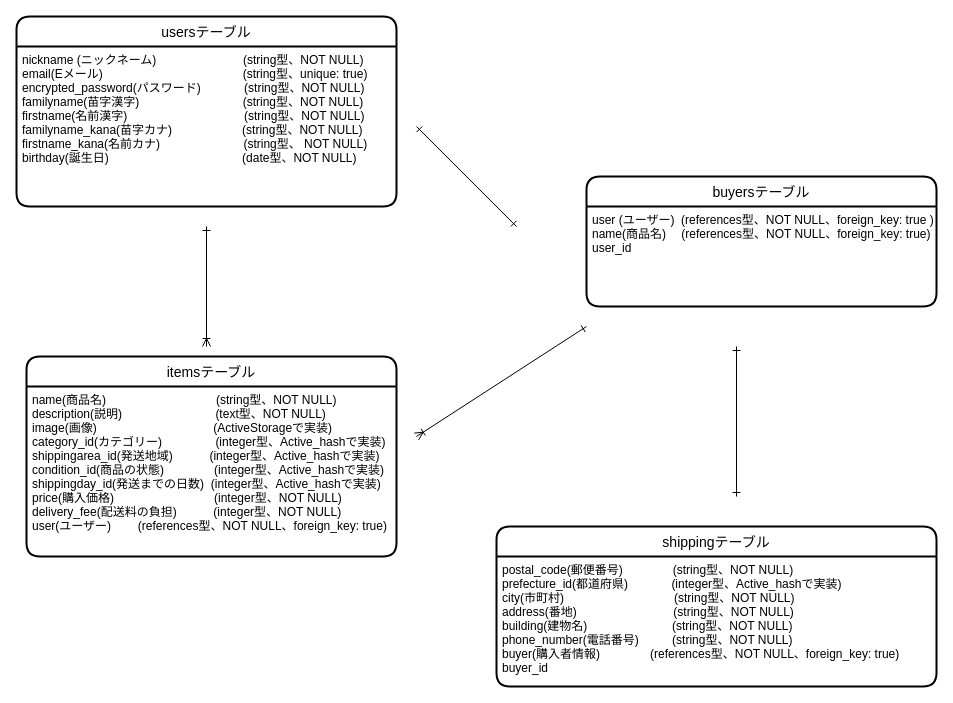
Above: furima-34505.dio in shuuuyan/furima-34505 (draw.io), before the change. Source tidied: cells renumbered, new cells numbered last; positions are measured from the earlier drawing's top-left corner, leaving out a move shared by most shapes. Both pictures are drawn from the tidied source at 100%, with x=0, y=0 at pixel (16, 16).
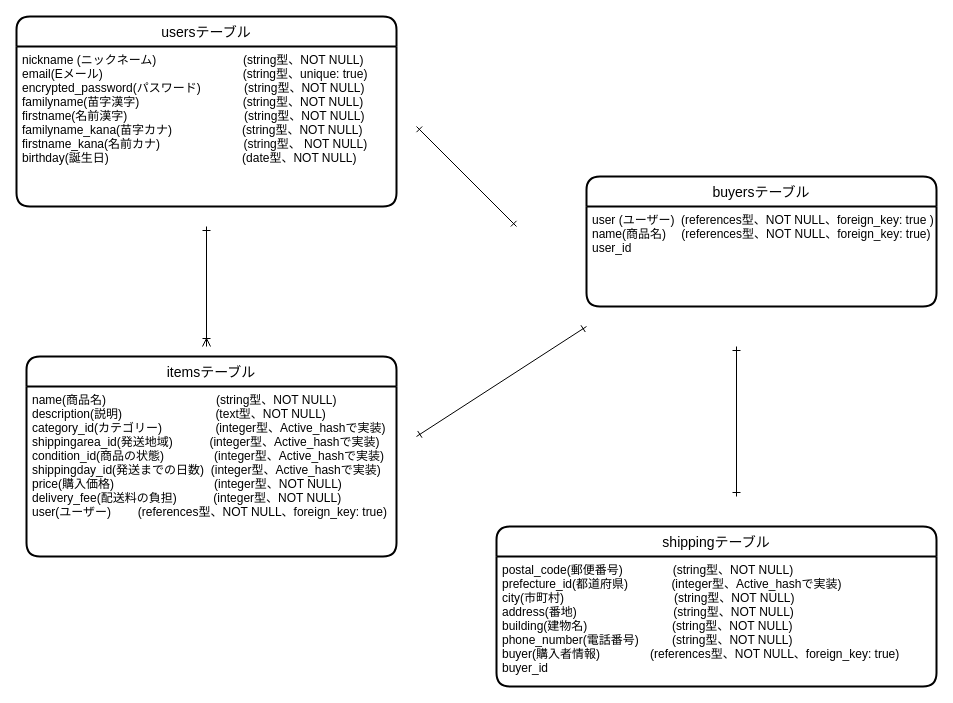
Above is the later version.

Commit message (it also covers changes not shown here):
データベース設計修正後6

Diff of the diagram source:
```diff
@@
 <mxGraphModel>
   <root>
     <mxCell id="0" />
     <mxCell id="1" parent="0" />
     <mxCell id="2" value="usersテーブル" style="swimlane;horizontal=1;startSize=30;rounded=1;fontSize=14;fontStyle=0;strokeWidth=2;shadow=0;dashed=0;align=center;" parent="1" vertex="1">
       <mxGeometry width="380" height="190" as="geometry" />
     </mxCell>
     <mxCell id="3" value="nickname (ニックネーム)                          (string型、NOT NULL)&#10;email(Eメール)                                          (string型、unique: true)&#10;encrypted_password(パスワード)             (string型、NOT NULL)&#10;familyname(苗字漢字)                               (string型、NOT NULL)&#10;firstname(名前漢字)                                   (string型、NOT NULL)&#10;familyname_kana(苗字カナ)                     (string型、NOT NULL)&#10;firstname_kana(名前カナ)                         (string型、 NOT NULL)&#10;birthday(誕生日)                                        (date型、NOT NULL)&#10;" style="align=left;strokeColor=none;fillColor=none;spacingLeft=4;fontSize=12;verticalAlign=top;" parent="2" vertex="1">
       <mxGeometry y="30" width="380" height="160" as="geometry" />
     </mxCell>
     <mxCell id="4" value="itemsテーブル" style="swimlane;horizontal=1;startSize=30;rounded=1;fontSize=14;fontStyle=0;strokeWidth=2;shadow=0;dashed=0;align=center;" parent="1" vertex="1">
       <mxGeometry x="10" y="340" width="370" height="200" as="geometry" />
     </mxCell>
-    <mxCell id="5" value="name(商品名)                                 (string型、NOT NULL)&#10;description(説明)                            (text型、NOT NULL)&#10;image(画像)                                   (ActiveStorageで実装) &#10;category_id(カテゴリー)                (integer型、Active_hashで実装)&#10;shippingarea_id(発送地域)           (integer型、Active_hashで実装)&#10;condition_id(商品の状態)               (integer型、Active_hashで実装)&#10;shippingday_id(発送までの日数)  (integer型、Active_hashで実装)&#10;price(購入価格)                              (integer型、NOT NULL)&#10;delivery_fee(配送料の負担)           (integer型、NOT NULL)&#10;user(ユーザー)        (references型、NOT NULL、foreign_key: true)&#10;" style="align=left;strokeColor=none;fillColor=none;spacingLeft=4;fontSize=12;verticalAlign=top;" parent="4" vertex="1">
+    <mxCell id="5" value="name(商品名)                                 (string型、NOT NULL)&#10;description(説明)                            (text型、NOT NULL) &#10;category_id(カテゴリー)                (integer型、Active_hashで実装)&#10;shippingarea_id(発送地域)           (integer型、Active_hashで実装)&#10;condition_id(商品の状態)               (integer型、Active_hashで実装)&#10;shippingday_id(発送までの日数)  (integer型、Active_hashで実装)&#10;price(購入価格)                              (integer型、NOT NULL)&#10;delivery_fee(配送料の負担)           (integer型、NOT NULL)&#10;user(ユーザー)        (references型、NOT NULL、foreign_key: true)&#10;" style="align=left;strokeColor=none;fillColor=none;spacingLeft=4;fontSize=12;verticalAlign=top;" parent="4" vertex="1">
       <mxGeometry y="30" width="370" height="170" as="geometry" />
     </mxCell>
     <mxCell id="6" value="shippingテーブル" style="swimlane;horizontal=1;startSize=30;rounded=1;fontSize=14;fontStyle=0;strokeWidth=2;shadow=0;dashed=0;align=center;" parent="1" vertex="1">
       <mxGeometry x="480" y="510" width="440" height="160" as="geometry" />
     </mxCell>
     <mxCell id="7" value="postal_code(郵便番号)               (string型、NOT NULL)&#10;prefecture_id(都道府県)             (integer型、Active_hashで実装)&#10;city(市町村)                                 (string型、NOT NULL)&#10;address(番地)                             (string型、NOT NULL)&#10;building(建物名)          　　　　 (string型、NOT NULL)&#10;phone_number(電話番号)          (string型、NOT NULL)&#10;buyer(購入者情報)               (references型、NOT NULL、foreign_key: true)&#10;buyer_id&#10;" style="align=left;strokeColor=none;fillColor=none;spacingLeft=4;fontSize=12;verticalAlign=top;" parent="6" vertex="1">
       <mxGeometry y="30" width="440" height="130" as="geometry" />
     </mxCell>
     <mxCell id="8" style="edgeStyle=none;rounded=0;orthogonalLoop=1;jettySize=auto;html=1;startArrow=ERone;startFill=0;endArrow=ERone;endFill=0;" parent="1" edge="1">
       <mxGeometry relative="1" as="geometry">
         <mxPoint x="720" y="330" as="sourcePoint" />
         <mxPoint x="720" y="480" as="targetPoint" />
       </mxGeometry>
     </mxCell>
     <mxCell id="9" value="buyersテーブル" style="swimlane;horizontal=1;startSize=30;rounded=1;fontSize=14;fontStyle=0;strokeWidth=2;shadow=0;dashed=0;align=center;" parent="1" vertex="1">
       <mxGeometry x="570" y="160" width="350" height="130" as="geometry" />
     </mxCell>
     <mxCell id="10" value="user (ユーザー)  (references型、NOT NULL、foreign_key: true )&#10;name(商品名)　 (references型、NOT NULL、foreign_key: true)&#10;user_id&#10;" style="align=left;strokeColor=none;fillColor=none;spacingLeft=4;fontSize=12;verticalAlign=top;" parent="9" vertex="1">
       <mxGeometry y="30" width="350" height="100" as="geometry" />
     </mxCell>
     <mxCell id="11" style="edgeStyle=orthogonalEdgeStyle;rounded=0;orthogonalLoop=1;jettySize=auto;html=1;endArrow=ERoneToMany;endFill=0;startArrow=ERone;startFill=0;" parent="1" edge="1">
       <mxGeometry relative="1" as="geometry">
         <mxPoint x="190" y="210" as="sourcePoint" />
         <mxPoint x="190" y="330" as="targetPoint" />
       </mxGeometry>
     </mxCell>
-    <mxCell id="12" style="edgeStyle=none;rounded=0;orthogonalLoop=1;jettySize=auto;html=1;startArrow=ERoneToMany;startFill=0;endArrow=ERone;endFill=0;" parent="1" edge="1">
+    <mxCell id="12" style="edgeStyle=none;rounded=0;orthogonalLoop=1;jettySize=auto;html=1;startArrow=ERone;startFill=0;endArrow=ERone;endFill=0;" parent="1" edge="1">
       <mxGeometry relative="1" as="geometry">
         <mxPoint x="400" y="420" as="sourcePoint" />
         <mxPoint x="570" y="310" as="targetPoint" />
       </mxGeometry>
     </mxCell>
     <mxCell id="13" style="rounded=0;orthogonalLoop=1;jettySize=auto;html=1;startArrow=ERone;startFill=0;endArrow=ERone;endFill=0;" parent="1" edge="1">
       <mxGeometry relative="1" as="geometry">
         <mxPoint x="500" y="210" as="sourcePoint" />
         <mxPoint x="400" y="110" as="targetPoint" />
       </mxGeometry>
     </mxCell>
   </root>
 </mxGraphModel>
```
